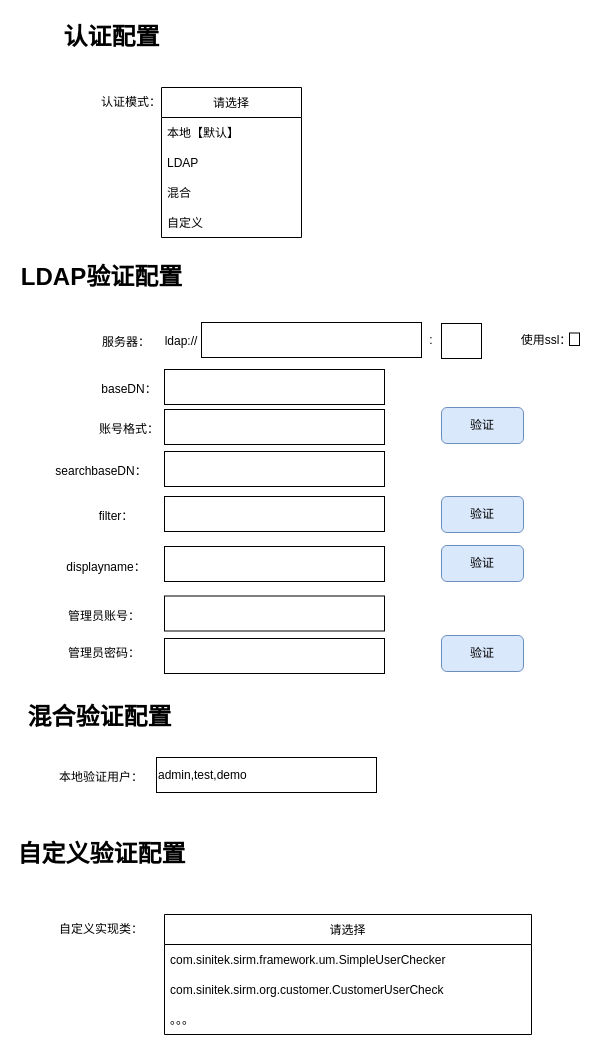
Before: logon_setting.drawio in HFfay/diagrams, a draw.io diagram. Source tidied: cells renumbered, new cells numbered last; positions are measured from the earlier drawing's top-left corner, leaving out a move shared by most shapes. Both pictures are drawn from the tidied source at 100%, with x=0, y=0 at pixel (46, 17).
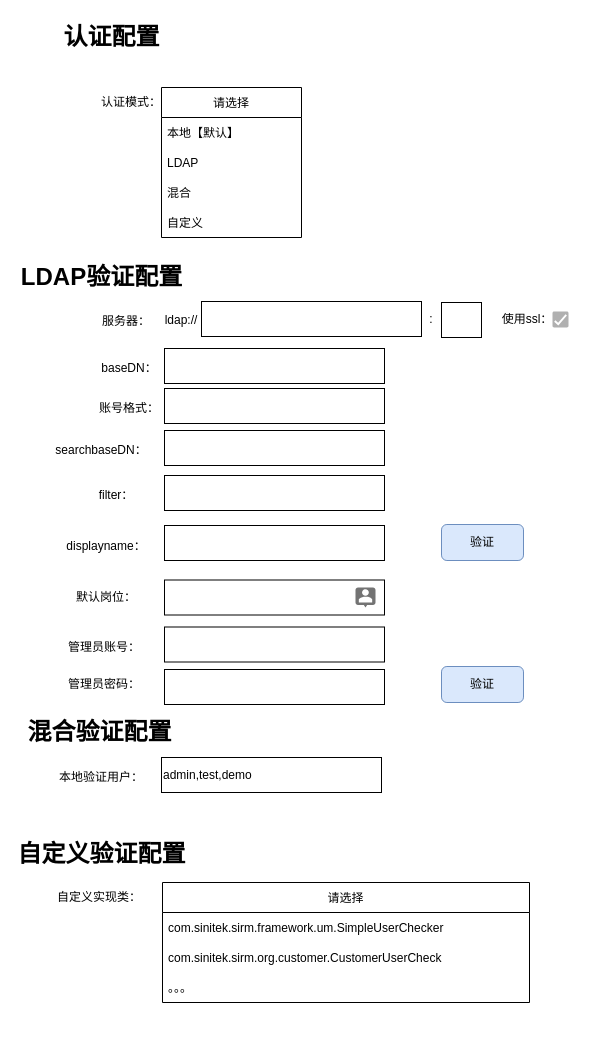
The same page after the edit.

The edit, as a diff of the source:
```diff
@@
     <mxCell id="10" value="服务器：" style="text;html=1;strokeColor=none;fillColor=none;align=center;verticalAlign=middle;whiteSpace=wrap;rounded=0;" parent="1" vertex="1">
-      <mxGeometry x="35" y="310" width="90" height="30" as="geometry" />
+      <mxGeometry x="35" y="289" width="90" height="30" as="geometry" />
     </mxCell>
     <mxCell id="11" style="rounded=0;whiteSpace=wrap;html=1;" parent="1" vertex="1">
-      <mxGeometry x="155" y="305" width="220" height="35" as="geometry" />
+      <mxGeometry x="155" y="284" width="220" height="35" as="geometry" />
     </mxCell>
-    <mxCell id="12" style="rounded=0;whiteSpace=wrap;html=1;" parent="1" vertex="1">
-      <mxGeometry x="523" y="315.5" width="10" height="12.5" as="geometry" />
-    </mxCell>
     <mxCell id="13" value="使用ssl：" style="text;html=1;strokeColor=none;fillColor=none;align=center;verticalAlign=middle;whiteSpace=wrap;rounded=0;" parent="1" vertex="1">
-      <mxGeometry x="455" y="307.5" width="90" height="30" as="geometry" />
+      <mxGeometry x="436" y="286.5" width="90" height="30" as="geometry" />
     </mxCell>
     <mxCell id="14" value="baseDN：" style="text;html=1;strokeColor=none;fillColor=none;align=center;verticalAlign=middle;whiteSpace=wrap;rounded=0;" parent="1" vertex="1">
-      <mxGeometry x="38" y="357" width="90" height="30" as="geometry" />
+      <mxGeometry x="38" y="336" width="90" height="30" as="geometry" />
     </mxCell>
     <mxCell id="15" style="rounded=0;whiteSpace=wrap;html=1;" parent="1" vertex="1">
-      <mxGeometry x="118" y="352" width="220" height="35" as="geometry" />
+      <mxGeometry x="118" y="331" width="220" height="35" as="geometry" />
     </mxCell>
     <mxCell id="16" value="filter：" style="text;html=1;strokeColor=none;fillColor=none;align=center;verticalAlign=middle;whiteSpace=wrap;rounded=0;" parent="1" vertex="1">
-      <mxGeometry x="25" y="484" width="90" height="30" as="geometry" />
+      <mxGeometry x="25" y="463" width="90" height="30" as="geometry" />
     </mxCell>
     <mxCell id="17" style="rounded=0;whiteSpace=wrap;html=1;" parent="1" vertex="1">
-      <mxGeometry x="118" y="434" width="220" height="35" as="geometry" />
+      <mxGeometry x="118" y="413" width="220" height="35" as="geometry" />
     </mxCell>
     <mxCell id="18" value="displayname：" style="text;html=1;strokeColor=none;fillColor=none;align=center;verticalAlign=middle;whiteSpace=wrap;rounded=0;" parent="1" vertex="1">
-      <mxGeometry x="15" y="535" width="90" height="30" as="geometry" />
+      <mxGeometry x="15" y="514" width="90" height="30" as="geometry" />
     </mxCell>
     <mxCell id="19" style="rounded=0;whiteSpace=wrap;html=1;" parent="1" vertex="1">
-      <mxGeometry x="118" y="479" width="220" height="35" as="geometry" />
+      <mxGeometry x="118" y="458" width="220" height="35" as="geometry" />
     </mxCell>
     <mxCell id="20" value="searchbaseDN：" style="text;html=1;strokeColor=none;fillColor=none;align=center;verticalAlign=middle;whiteSpace=wrap;rounded=0;" parent="1" vertex="1">
-      <mxGeometry x="10" y="439" width="90" height="30" as="geometry" />
+      <mxGeometry x="10" y="418" width="90" height="30" as="geometry" />
     </mxCell>
     <mxCell id="21" style="rounded=0;whiteSpace=wrap;html=1;" parent="1" vertex="1">
-      <mxGeometry x="118" y="529" width="220" height="35" as="geometry" />
+      <mxGeometry x="118" y="508" width="220" height="35" as="geometry" />
     </mxCell>
     <mxCell id="22" value="管理员账号：" style="text;html=1;strokeColor=none;fillColor=none;align=center;verticalAlign=middle;whiteSpace=wrap;rounded=0;" parent="1" vertex="1">
-      <mxGeometry x="3" y="583.5" width="110" height="30" as="geometry" />
+      <mxGeometry x="3" y="614.5" width="110" height="30" as="geometry" />
     </mxCell>
     <mxCell id="23" value="管理员密码：" style="text;html=1;strokeColor=none;fillColor=none;align=center;verticalAlign=middle;whiteSpace=wrap;rounded=0;" parent="1" vertex="1">
-      <mxGeometry x="3" y="621" width="110" height="30" as="geometry" />
+      <mxGeometry x="3" y="652" width="110" height="30" as="geometry" />
     </mxCell>
     <mxCell id="24" style="rounded=0;whiteSpace=wrap;html=1;" parent="1" vertex="1">
-      <mxGeometry x="118" y="578.5" width="220" height="35" as="geometry" />
+      <mxGeometry x="118" y="609.5" width="220" height="35" as="geometry" />
     </mxCell>
     <mxCell id="25" style="rounded=0;whiteSpace=wrap;html=1;" parent="1" vertex="1">
-      <mxGeometry x="118" y="621" width="220" height="35" as="geometry" />
+      <mxGeometry x="118" y="652" width="220" height="35" as="geometry" />
     </mxCell>
     <mxCell id="26" value="账号格式：" style="text;html=1;strokeColor=none;fillColor=none;align=center;verticalAlign=middle;whiteSpace=wrap;rounded=0;" parent="1" vertex="1">
-      <mxGeometry x="38" y="397" width="90" height="30" as="geometry" />
+      <mxGeometry x="38" y="376" width="90" height="30" as="geometry" />
     </mxCell>
     <mxCell id="27" style="rounded=0;whiteSpace=wrap;html=1;" parent="1" vertex="1">
-      <mxGeometry x="118" y="392" width="220" height="35" as="geometry" />
+      <mxGeometry x="118" y="371" width="220" height="35" as="geometry" />
     </mxCell>
     <mxCell id="28" value="ldap://" style="text;html=1;strokeColor=none;fillColor=none;align=center;verticalAlign=middle;whiteSpace=wrap;rounded=0;" parent="1" vertex="1">
-      <mxGeometry x="105" y="308.5" width="60" height="30" as="geometry" />
+      <mxGeometry x="105" y="287.5" width="60" height="30" as="geometry" />
     </mxCell>
     <mxCell id="29" value=":" style="text;html=1;strokeColor=none;fillColor=none;align=center;verticalAlign=middle;whiteSpace=wrap;rounded=0;" parent="1" vertex="1">
-      <mxGeometry x="375" y="307.5" width="20" height="30" as="geometry" />
+      <mxGeometry x="375" y="286.5" width="20" height="30" as="geometry" />
     </mxCell>
     <mxCell id="30" style="rounded=0;whiteSpace=wrap;html=1;" parent="1" vertex="1">
-      <mxGeometry x="395" y="306" width="40" height="35" as="geometry" />
+      <mxGeometry x="395" y="285" width="40" height="35" as="geometry" />
     </mxCell>
-    <mxCell id="31" value="验证" style="rounded=1;whiteSpace=wrap;html=1;fillColor=#dae8fc;strokeColor=#6c8ebf;" parent="1" vertex="1">
-      <mxGeometry x="395" y="390" width="82" height="36" as="geometry" />
-    </mxCell>
     <mxCell id="32" value="验证" style="rounded=1;whiteSpace=wrap;html=1;fillColor=#dae8fc;strokeColor=#6c8ebf;" parent="1" vertex="1">
-      <mxGeometry x="395" y="528" width="82" height="36" as="geometry" />
+      <mxGeometry x="395" y="507" width="82" height="36" as="geometry" />
     </mxCell>
-    <mxCell id="33" value="验证" style="rounded=1;whiteSpace=wrap;html=1;fillColor=#dae8fc;strokeColor=#6c8ebf;" parent="1" vertex="1">
-      <mxGeometry x="395" y="479" width="82" height="36" as="geometry" />
-    </mxCell>
     <mxCell id="34" value="验证" style="rounded=1;whiteSpace=wrap;html=1;fillColor=#dae8fc;strokeColor=#6c8ebf;" parent="1" vertex="1">
-      <mxGeometry x="395" y="618" width="82" height="36" as="geometry" />
+      <mxGeometry x="395" y="649" width="82" height="36" as="geometry" />
     </mxCell>
@@
     <mxCell id="36" value="请选择" style="swimlane;fontStyle=0;horizontal=1;startSize=30;" parent="1" vertex="1">
-      <mxGeometry x="118" y="897" width="367" height="120" as="geometry" />
+      <mxGeometry x="116" y="865" width="367" height="120" as="geometry" />
     </mxCell>
@@
     <mxCell id="40" value="自定义实现类：" style="text;html=1;strokeColor=none;fillColor=none;align=center;verticalAlign=middle;whiteSpace=wrap;rounded=0;" parent="1" vertex="1">
-      <mxGeometry y="897" width="110" height="30" as="geometry" />
+      <mxGeometry x="-2" y="865" width="110" height="30" as="geometry" />
     </mxCell>
     <mxCell id="41" value="混合验证配置" style="text;strokeColor=none;fillColor=none;html=1;fontSize=24;fontStyle=1;verticalAlign=middle;align=center;" parent="1" vertex="1">
-      <mxGeometry x="3" y="680" width="100" height="40" as="geometry" />
+      <mxGeometry x="3" y="695" width="100" height="40" as="geometry" />
     </mxCell>
@@
     <mxCell id="43" value="admin,test,demo" style="rounded=0;whiteSpace=wrap;html=1;align=left;" parent="1" vertex="1">
-      <mxGeometry x="110" y="740" width="220" height="35" as="geometry" />
+      <mxGeometry x="115" y="740" width="220" height="35" as="geometry" />
     </mxCell>
+    <mxCell id="44" value="默认岗位：" style="text;html=1;strokeColor=none;fillColor=none;align=center;verticalAlign=middle;whiteSpace=wrap;rounded=0;" parent="1" vertex="1">
+      <mxGeometry x="15" y="565" width="90" height="30" as="geometry" />
+    </mxCell>
+    <mxCell id="45" style="rounded=0;whiteSpace=wrap;html=1;" parent="1" vertex="1">
+      <mxGeometry x="118" y="562.5" width="220" height="35" as="geometry" />
+    </mxCell>
+    <mxCell id="46" style="dashed=0;verticalLabelPosition=bottom;verticalAlign=top;align=center;shape=mxgraph.gmdl.chat;strokeColor=none;fillColor=#737373;shadow=0;sketch=0;fontColor=none;" parent="1" vertex="1">
+      <mxGeometry x="309" y="570" width="20" height="20" as="geometry" />
+    </mxCell>
+    <mxCell id="47" style="dashed=0;labelPosition=right;align=left;shape=mxgraph.gmdl.checkbox;strokeColor=none;fillColor=#B0B0B0;strokeWidth=2;sketch=0;fontColor=none;" parent="1" vertex="1">
+      <mxGeometry x="506" y="294" width="16" height="16" as="geometry" />
+    </mxCell>
```
